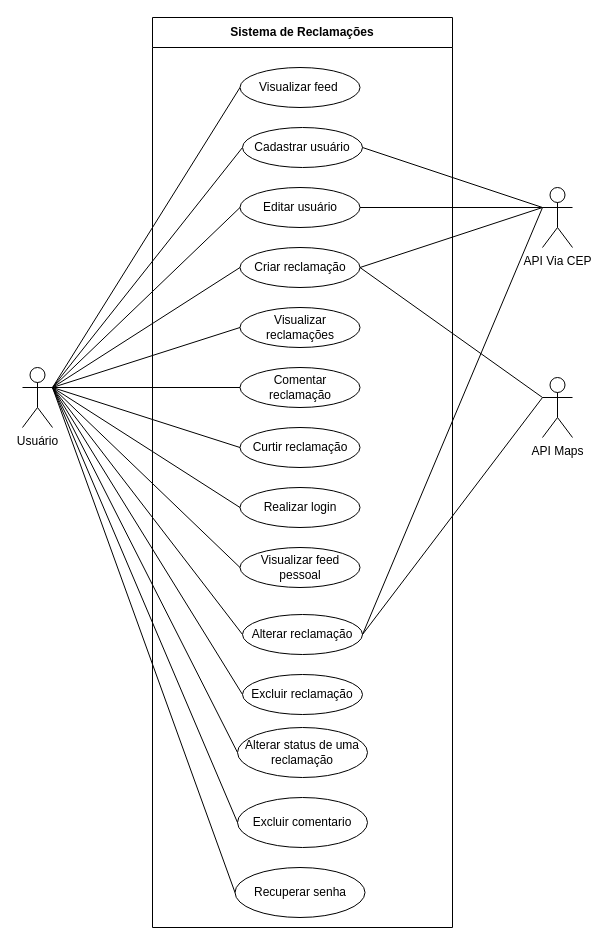
Earlier version of the draw.io diagram Documentação/Diagramas/Diagrama de Caso de Uso.drawio (frsouzaa/Documentacao-TCC-NossaVia). Source tidied: cells renumbered, new cells numbered last; positions are measured from the earlier drawing's top-left corner, leaving out a move shared by most shapes. Both pictures are drawn from the tidied source at 100%, with x=0, y=0 at pixel (22, 17).
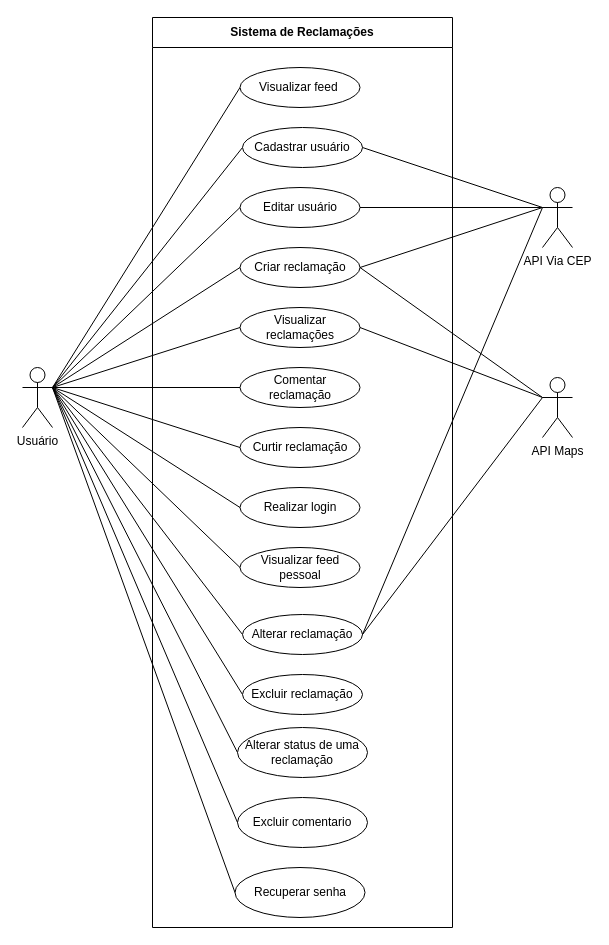
The same diagram, later.

Commit message (it also covers changes not shown here):
atualiza diagramas e consideracoes finais

Unchanged cells that the change refers to:
```xml
<mxCell id="20" value="Visualizar reclamações" style="ellipse;whiteSpace=wrap;html=1;align=center;" parent="14" vertex="1">
  <mxGeometry x="87.5" y="290" width="120" height="40" as="geometry" />
</mxCell>
```

What changed in the source:
```diff
@@
+    <mxCell id="41" style="rounded=0;jettySize=auto;html=1;exitX=1;exitY=0.5;exitDx=0;exitDy=0;endArrow=none;endFill=0;" parent="1" edge="1" source="20">
+      <mxGeometry relative="1" as="geometry">
+        <mxPoint x="520" y="380" as="targetPoint" />
+      </mxGeometry>
+    </mxCell>
```
